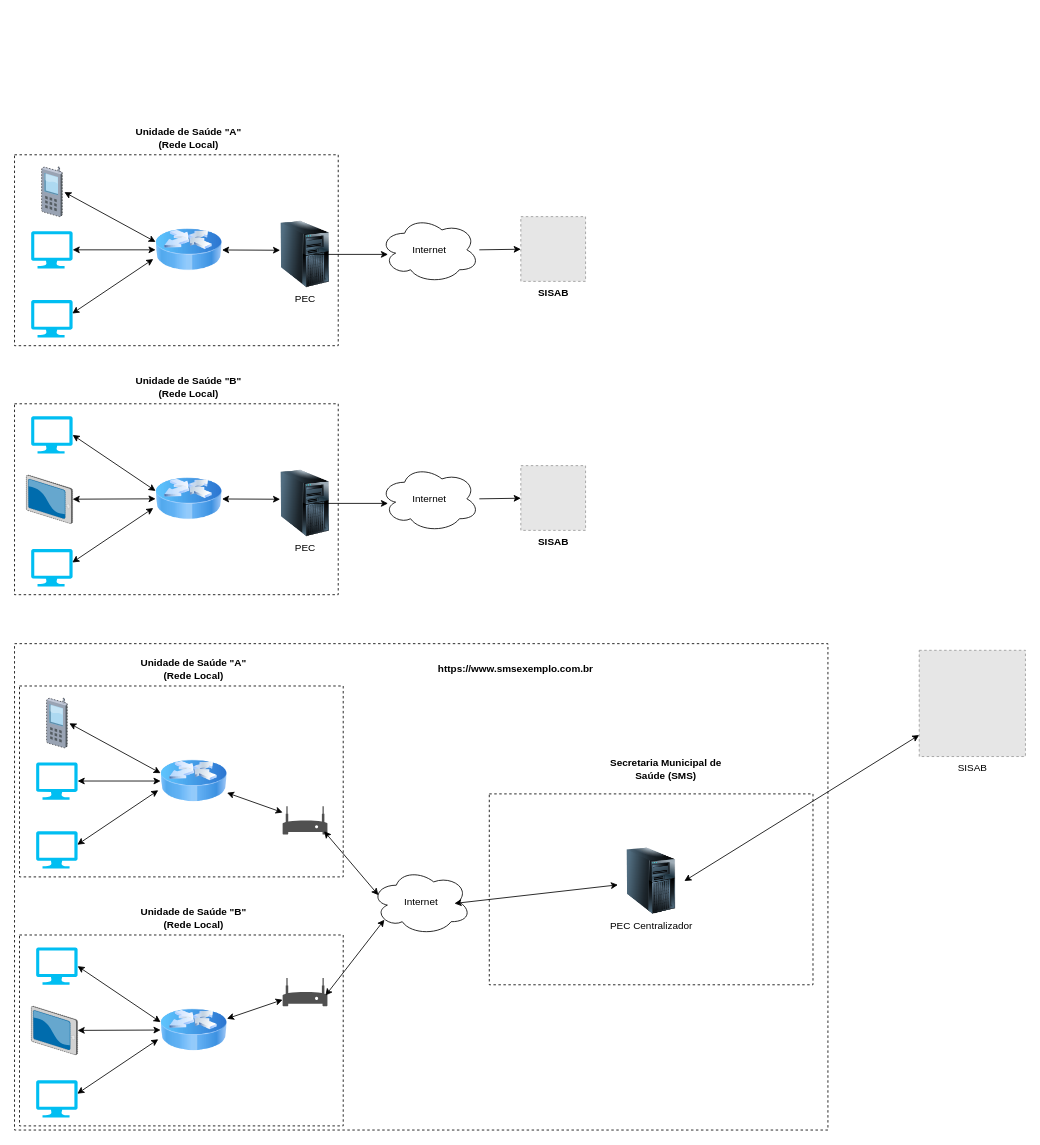
The draw.io diagram page "Decentralizado" (1 of 4) of Untitled Diagram.drawio in cwsdevops/scripts-eSUS-APS, before the edit. Source tidied: cells renumbered, new cells numbered last; positions are measured from the earlier drawing's top-left corner, leaving out a move shared by most shapes. Both pictures are drawn from the tidied source at 83%, with x=0, y=0 at pixel (14, 125). Pictures stored in the file or linked from it are replaced by grey dashed boxes.
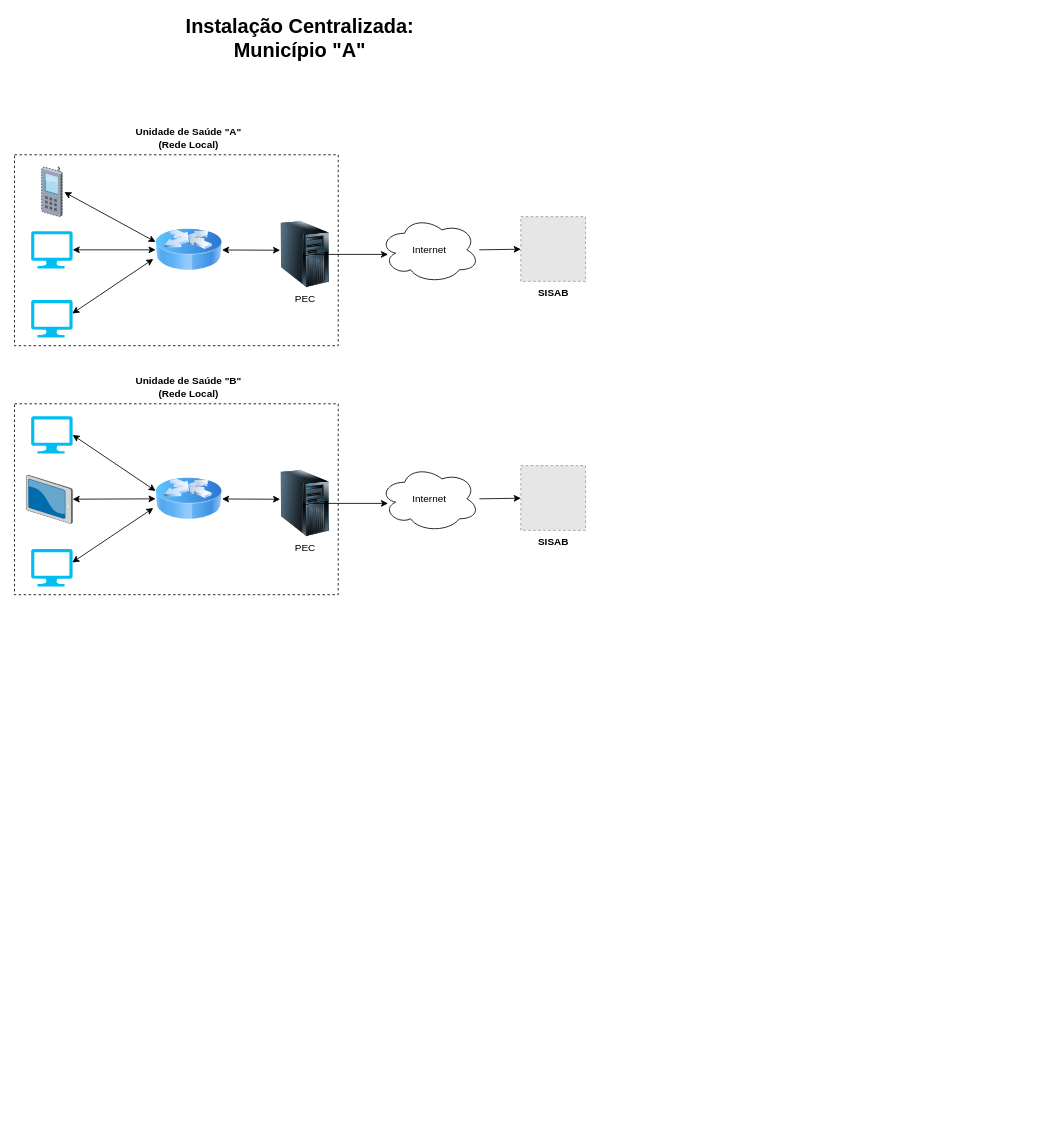
The same diagram, later.

The edit, as a diff of the source:
```diff
@@
-    <mxCell id="2" style="rounded=0;whiteSpace=wrap;html=1;fillColor=none;dashed=1;" parent="1" vertex="1">
-      <mxGeometry y="624" width="980" height="586" as="geometry" />
-    </mxCell>
@@
-    <mxCell id="33" style="rounded=0;whiteSpace=wrap;html=1;fillColor=none;dashed=1;" parent="1" vertex="1">
-      <mxGeometry x="6" y="675" width="390" height="230" as="geometry" />
-    </mxCell>
-    <mxCell id="34" style="verticalLabelPosition=bottom;html=1;verticalAlign=top;align=center;strokeColor=none;fillColor=#00BEF2;shape=mxgraph.azure.computer;" parent="1" vertex="1">
-      <mxGeometry x="26" y="767" width="50" height="45" as="geometry" />
-    </mxCell>
-    <mxCell id="35" style="verticalLabelPosition=bottom;html=1;verticalAlign=top;align=center;strokeColor=none;fillColor=#00BEF2;shape=mxgraph.azure.computer;" parent="1" vertex="1">
-      <mxGeometry x="26" y="850" width="50" height="45" as="geometry" />
-    </mxCell>
-    <mxCell id="36" style="image;html=1;image=img/lib/clip_art/networking/Router_Icon_128x128.png;" parent="1" vertex="1">
-      <mxGeometry x="176" y="749.5" width="80" height="80" as="geometry" />
-    </mxCell>
-    <mxCell id="37" style="endArrow=classic;startArrow=classic;html=1;rounded=0;exitX=1.1;exitY=0.508;exitDx=0;exitDy=0;exitPerimeter=0;entryX=0;entryY=0.381;entryDx=0;entryDy=0;entryPerimeter=0;" parent="1" edge="1" source="51" target="36">
-      <mxGeometry relative="1" as="geometry" />
-    </mxCell>
-    <mxCell id="38" style="endArrow=classic;startArrow=classic;html=1;rounded=0;exitX=1;exitY=0.5;exitDx=0;exitDy=0;exitPerimeter=0;entryX=0;entryY=0.5;entryDx=0;entryDy=0;" parent="1" edge="1" source="34" target="36">
-      <mxGeometry relative="1" as="geometry" />
-    </mxCell>
-    <mxCell id="39" style="endArrow=classic;startArrow=classic;html=1;rounded=0;exitX=0.992;exitY=0.36;exitDx=0;exitDy=0;exitPerimeter=0;entryX=-0.035;entryY=0.639;entryDx=0;entryDy=0;entryPerimeter=0;" parent="1" edge="1" source="35" target="36">
-      <mxGeometry relative="1" as="geometry" />
-    </mxCell>
-    <mxCell id="40" value="&lt;b&gt;Unidade de Saúde &quot;A&quot;&lt;br&gt;(Rede Local)&lt;/b&gt;" style="text;html=1;strokeColor=none;fillColor=none;align=center;verticalAlign=middle;whiteSpace=wrap;rounded=0;" parent="1" vertex="1">
-      <mxGeometry x="136" y="640" width="160" height="30" as="geometry" />
-    </mxCell>
-    <mxCell id="41" style="endArrow=classic;startArrow=classic;html=1;rounded=0;" parent="1" edge="1" source="36" target="57">
-      <mxGeometry relative="1" as="geometry" />
-    </mxCell>
-    <mxCell id="42" style="rounded=0;whiteSpace=wrap;html=1;fillColor=none;dashed=1;" parent="1" vertex="1">
-      <mxGeometry x="6" y="975" width="390" height="230" as="geometry" />
-    </mxCell>
-    <mxCell id="43" style="verticalLabelPosition=bottom;html=1;verticalAlign=top;align=center;strokeColor=none;fillColor=#00BEF2;shape=mxgraph.azure.computer;" parent="1" vertex="1">
-      <mxGeometry x="26" y="990" width="50" height="45" as="geometry" />
-    </mxCell>
-    <mxCell id="44" style="verticalLabelPosition=bottom;html=1;verticalAlign=top;align=center;strokeColor=none;fillColor=#00BEF2;shape=mxgraph.azure.computer;" parent="1" vertex="1">
-      <mxGeometry x="26" y="1150" width="50" height="45" as="geometry" />
-    </mxCell>
-    <mxCell id="45" style="image;html=1;image=img/lib/clip_art/networking/Router_Icon_128x128.png;" parent="1" vertex="1">
-      <mxGeometry x="176" y="1049.5" width="80" height="80" as="geometry" />
-    </mxCell>
-    <mxCell id="46" style="endArrow=classic;startArrow=classic;html=1;rounded=0;exitX=1;exitY=0.5;exitDx=0;exitDy=0;exitPerimeter=0;entryX=0;entryY=0.381;entryDx=0;entryDy=0;entryPerimeter=0;" parent="1" edge="1" source="43" target="45">
-      <mxGeometry relative="1" as="geometry" />
-    </mxCell>
-    <mxCell id="47" style="endArrow=classic;startArrow=classic;html=1;rounded=0;entryX=0;entryY=0.5;entryDx=0;entryDy=0;" parent="1" edge="1" source="52" target="45">
-      <mxGeometry relative="1" as="geometry" />
-    </mxCell>
-    <mxCell id="48" style="endArrow=classic;startArrow=classic;html=1;rounded=0;exitX=0.992;exitY=0.36;exitDx=0;exitDy=0;exitPerimeter=0;entryX=-0.035;entryY=0.639;entryDx=0;entryDy=0;entryPerimeter=0;" parent="1" edge="1" source="44" target="45">
-      <mxGeometry relative="1" as="geometry" />
-    </mxCell>
-    <mxCell id="49" value="&lt;b&gt;Unidade de Saúde &quot;B&quot;&lt;br&gt;(Rede Local)&lt;/b&gt;" style="text;html=1;strokeColor=none;fillColor=none;align=center;verticalAlign=middle;whiteSpace=wrap;rounded=0;" parent="1" vertex="1">
-      <mxGeometry x="136" y="940" width="160" height="30" as="geometry" />
-    </mxCell>
-    <mxCell id="50" style="endArrow=classic;startArrow=classic;html=1;rounded=0;" parent="1" edge="1" source="45" target="58">
-      <mxGeometry relative="1" as="geometry" />
-    </mxCell>
-    <mxCell id="51" style="verticalLabelPosition=bottom;sketch=0;html=1;verticalAlign=top;strokeColor=none;align=center;outlineConnect=0;shape=mxgraph.citrix.cell_phone;dashed=1;fillColor=none;" parent="1" vertex="1">
-      <mxGeometry x="38.5" y="689.5" width="25" height="60" as="geometry" />
-    </mxCell>
-    <mxCell id="52" style="verticalLabelPosition=bottom;sketch=0;html=1;verticalAlign=top;strokeColor=none;align=center;outlineConnect=0;shape=mxgraph.citrix.tablet_2;dashed=1;fillColor=none;" parent="1" vertex="1">
-      <mxGeometry x="20.2" y="1060.8" width="55.8" height="58.5" as="geometry" />
-    </mxCell>
-    <mxCell id="53" style="rounded=0;whiteSpace=wrap;html=1;fillColor=none;dashed=1;" parent="1" vertex="1">
-      <mxGeometry x="572" y="805" width="390" height="230" as="geometry" />
-    </mxCell>
-    <mxCell id="54" value="Internet" style="ellipse;shape=cloud;whiteSpace=wrap;html=1;" parent="1" vertex="1">
-      <mxGeometry x="430" y="895" width="120" height="80" as="geometry" />
-    </mxCell>
-    <mxCell id="55" value="PEC Centralizador" style="image;html=1;image=img/lib/clip_art/computers/Server_Tower_128x128.png;" parent="1" vertex="1">
-      <mxGeometry x="727" y="870" width="80" height="80" as="geometry" />
-    </mxCell>
-    <mxCell id="56" value="&lt;b&gt;Secretaria Municipal de Saúde (SMS)&lt;/b&gt;" style="text;html=1;strokeColor=none;fillColor=none;align=center;verticalAlign=middle;whiteSpace=wrap;rounded=0;" parent="1" vertex="1">
-      <mxGeometry x="705" y="760" width="160" height="30" as="geometry" />
-    </mxCell>
-    <mxCell id="57" style="sketch=0;shadow=0;dashed=0;html=1;strokeColor=none;fillColor=#505050;labelPosition=center;verticalLabelPosition=bottom;verticalAlign=top;outlineConnect=0;align=center;shape=mxgraph.office.devices.modem;" parent="1" vertex="1">
-      <mxGeometry x="323" y="820" width="54" height="34" as="geometry" />
-    </mxCell>
-    <mxCell id="58" style="sketch=0;shadow=0;dashed=0;html=1;strokeColor=none;fillColor=#505050;labelPosition=center;verticalLabelPosition=bottom;verticalAlign=top;outlineConnect=0;align=center;shape=mxgraph.office.devices.modem;" parent="1" vertex="1">
-      <mxGeometry x="323" y="1026.8" width="54" height="34" as="geometry" />
-    </mxCell>
-    <mxCell id="59" style="endArrow=classic;startArrow=classic;html=1;rounded=0;entryX=0.07;entryY=0.4;entryDx=0;entryDy=0;entryPerimeter=0;" parent="1" edge="1" target="54">
-      <mxGeometry relative="1" as="geometry">
-        <mxPoint x="373" y="850" as="sourcePoint" />
-      </mxGeometry>
-    </mxCell>
-    <mxCell id="60" style="endArrow=classic;startArrow=classic;html=1;rounded=0;entryX=0.13;entryY=0.77;entryDx=0;entryDy=0;entryPerimeter=0;" parent="1" edge="1" target="54">
-      <mxGeometry relative="1" as="geometry">
-        <mxPoint x="374.6" y="1048" as="sourcePoint" />
-      </mxGeometry>
-    </mxCell>
-    <mxCell id="61" style="endArrow=classic;startArrow=classic;html=1;rounded=0;" parent="1" edge="1" target="55">
-      <mxGeometry relative="1" as="geometry">
-        <mxPoint x="530" y="937" as="sourcePoint" />
-      </mxGeometry>
-    </mxCell>
-    <mxCell id="62" style="endArrow=classic;startArrow=classic;html=1;rounded=0;exitX=1;exitY=0.5;exitDx=0;exitDy=0;" parent="1" edge="1" source="55">
-      <mxGeometry relative="1" as="geometry">
-        <mxPoint x="1090" y="734.1" as="targetPoint" />
-      </mxGeometry>
-    </mxCell>
-    <mxCell id="63" value="SISAB" style="fillColor=#E6E6E6;strokeColor=#999999;dashed=1;html=1;verticalAlign=top;verticalLabelPosition=bottom;labelBackgroundColor=#ffffff;" parent="1" vertex="1">
-      <mxGeometry x="1090" y="632" width="128" height="128" as="geometry" />
-    </mxCell>
-    <mxCell id="64" value="&lt;b&gt;https://www.smsexemplo.com.br&lt;/b&gt;" style="text;html=1;strokeColor=none;fillColor=none;align=center;verticalAlign=middle;whiteSpace=wrap;rounded=0;" parent="1" vertex="1">
-      <mxGeometry x="430" y="640" width="348" height="30" as="geometry" />
-    </mxCell>
+    <mxCell id="65" value="&lt;b&gt;&lt;font style=&quot;font-size: 24px;&quot;&gt;Instalação Centralizada:&lt;br&gt;Município &quot;A&quot;&lt;br&gt;&lt;/font&gt;&lt;/b&gt;" style="text;html=1;strokeColor=none;fillColor=none;align=center;verticalAlign=middle;whiteSpace=wrap;rounded=0;" parent="1" vertex="1">
+      <mxGeometry x="149" y="-120" width="390" height="30" as="geometry" />
+    </mxCell>
```
